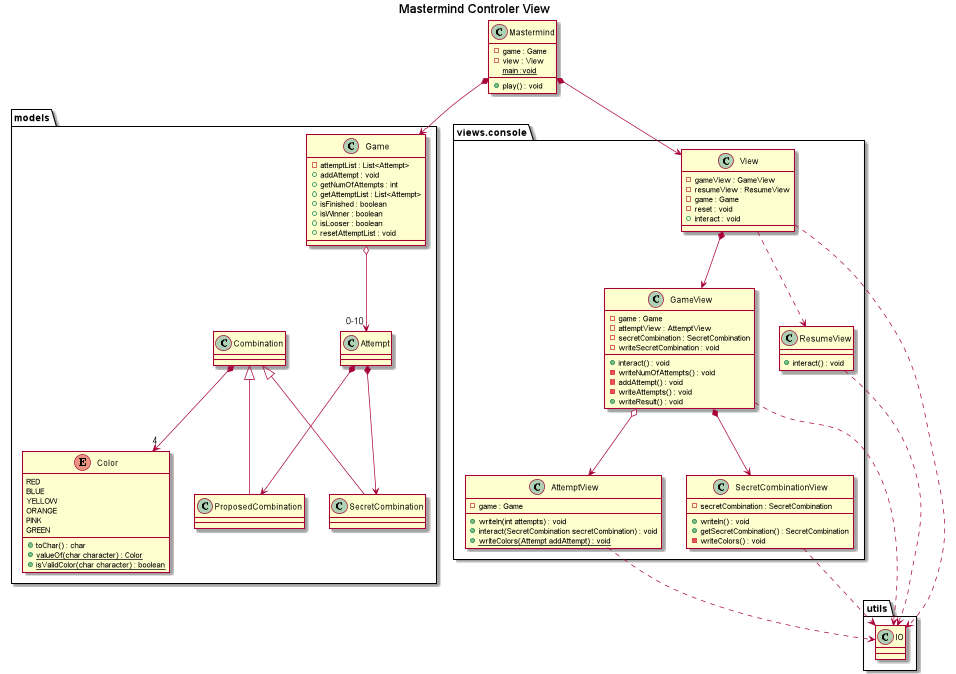
Above: Document View UML/mastermind_document_view.png in Master-Desarrollo-20-21/diseno-oo-ejercicio2-mastermind-document-view-jumpering (PlantUML), before the change.
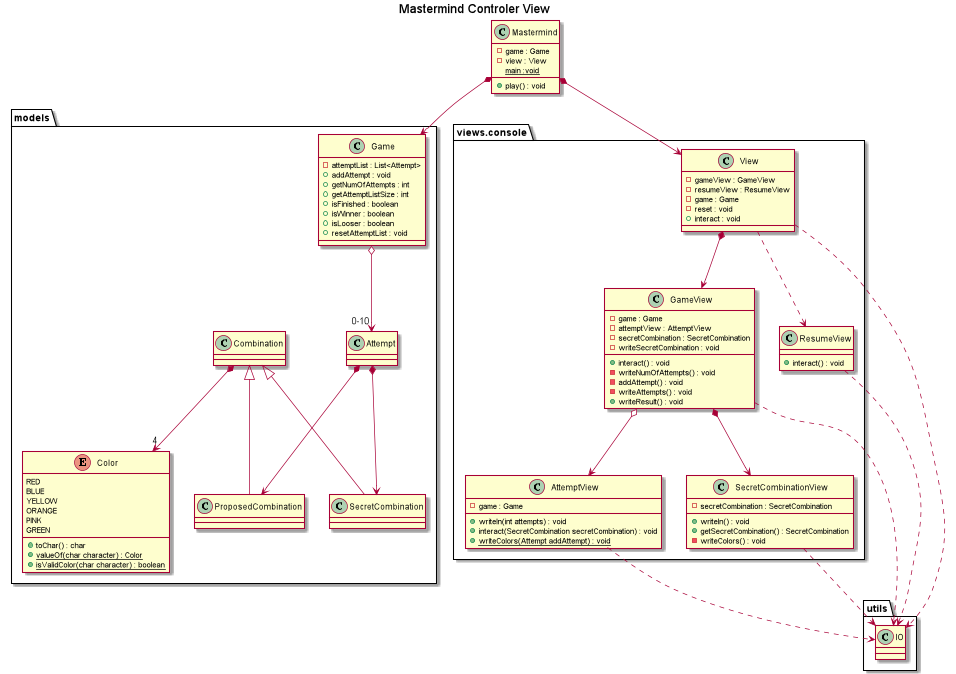
Above is the later version.

Commit message:
Model View version UML

What changed in the source:
```diff
@@ -68,7 +68,7 @@
 - attemptList : List<Attempt>
 + addAttempt : void
 + getNumOfAttempts : int
-+ getAttemptList : List<Attempt>
++ getAttemptListSize : int
 + isFinished : boolean
 + isWinner : boolean
 + isLooser : boolean
```
